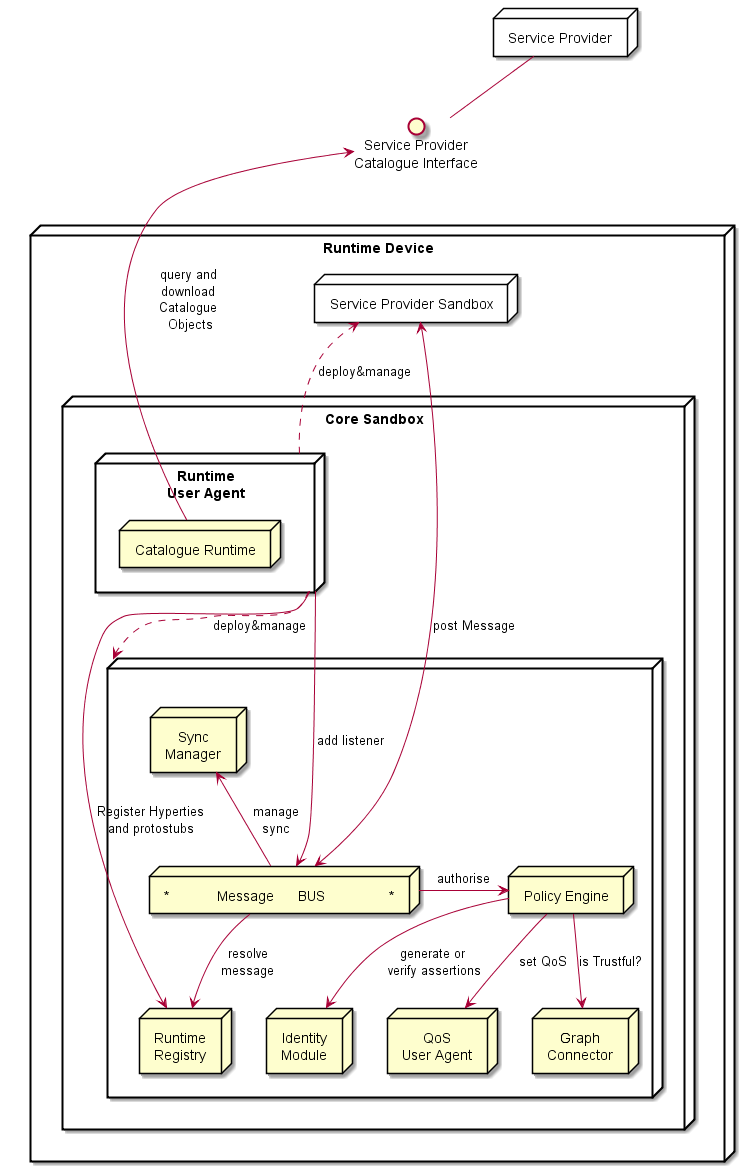
Earlier version of the PlantUML export runtime/Core_Runtime.png (reTHINK-project/specs).
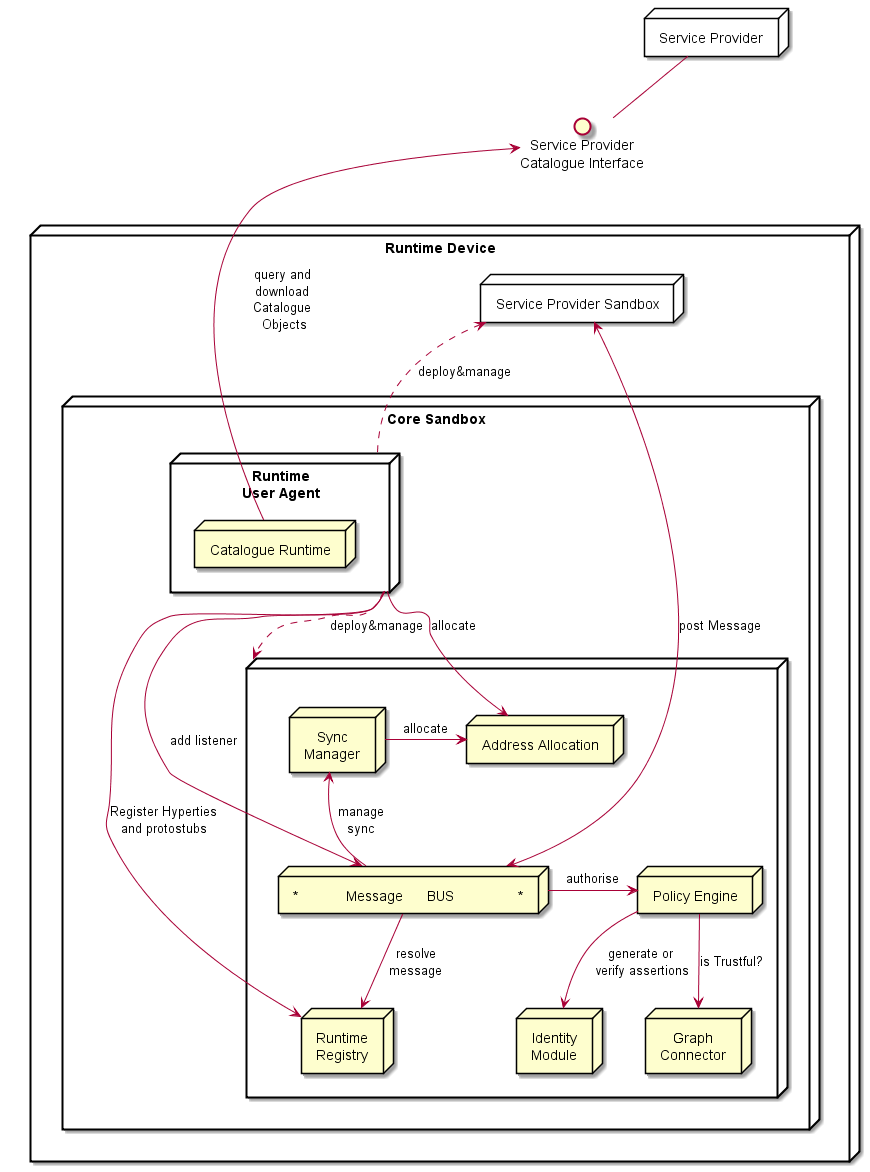
The same diagram one commit later.

Commit message:
Runtime spec updated

Diff of the diagram source:
```diff
@@ -26,7 +26,7 @@
 
  node "Policy Engine" as PDP
 
- node "QoS\nUser Agent" as QoS
+ node "Address Allocation" as Address
 
  node "Graph\nConnector" as Graph
 }
@@ -46,7 +46,9 @@
 
  PDP <-left- Bus : authorise
 
- PDP -down-> QoS : set QoS
+ RunUA -down-> Address : allocate
+
+ Sync -right-> Address : allocate
 
  PDP -down-> ID : generate or\n verify assertions
 
```
